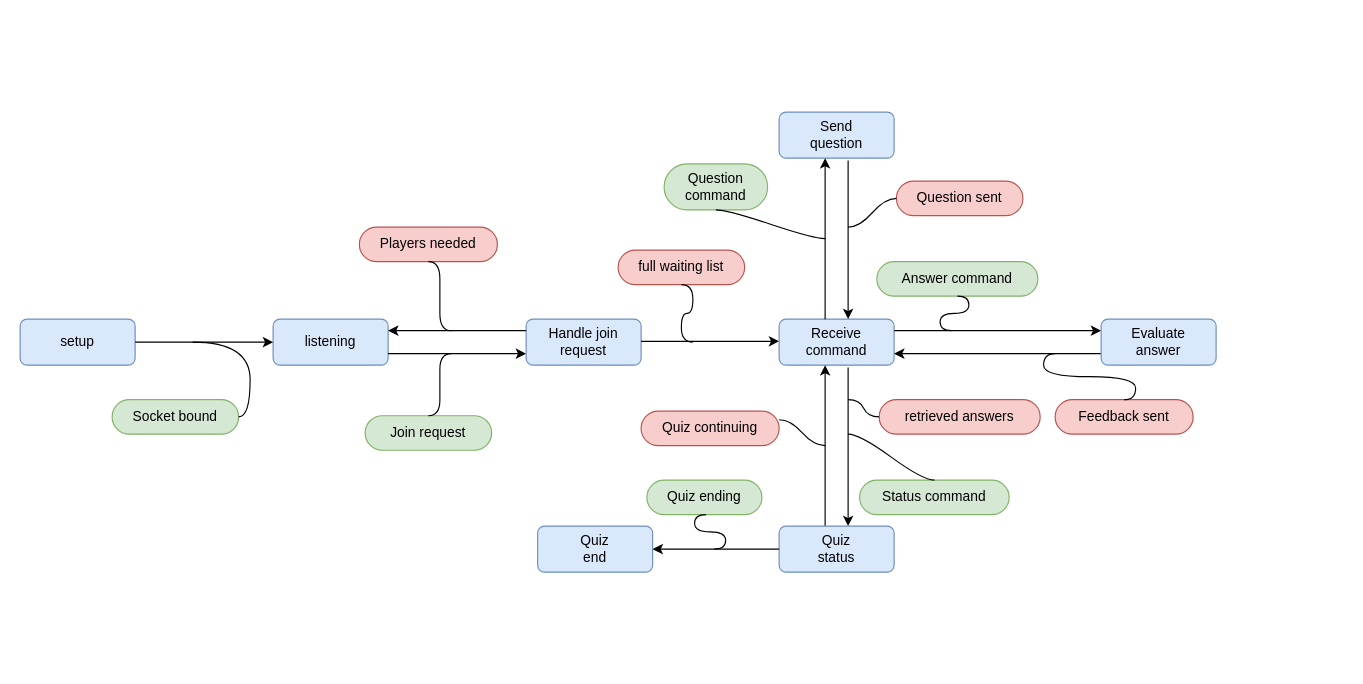
Earlier version of the draw.io diagram docs/dgram_server.drawio (UnixxSH/networked_quiz). Source tidied: cells renumbered, new cells numbered last; positions are measured from the earlier drawing's top-left corner, leaving out a move shared by most shapes. Both pictures are drawn from the tidied source at 115%, with x=0, y=0 at pixel (20, 112).
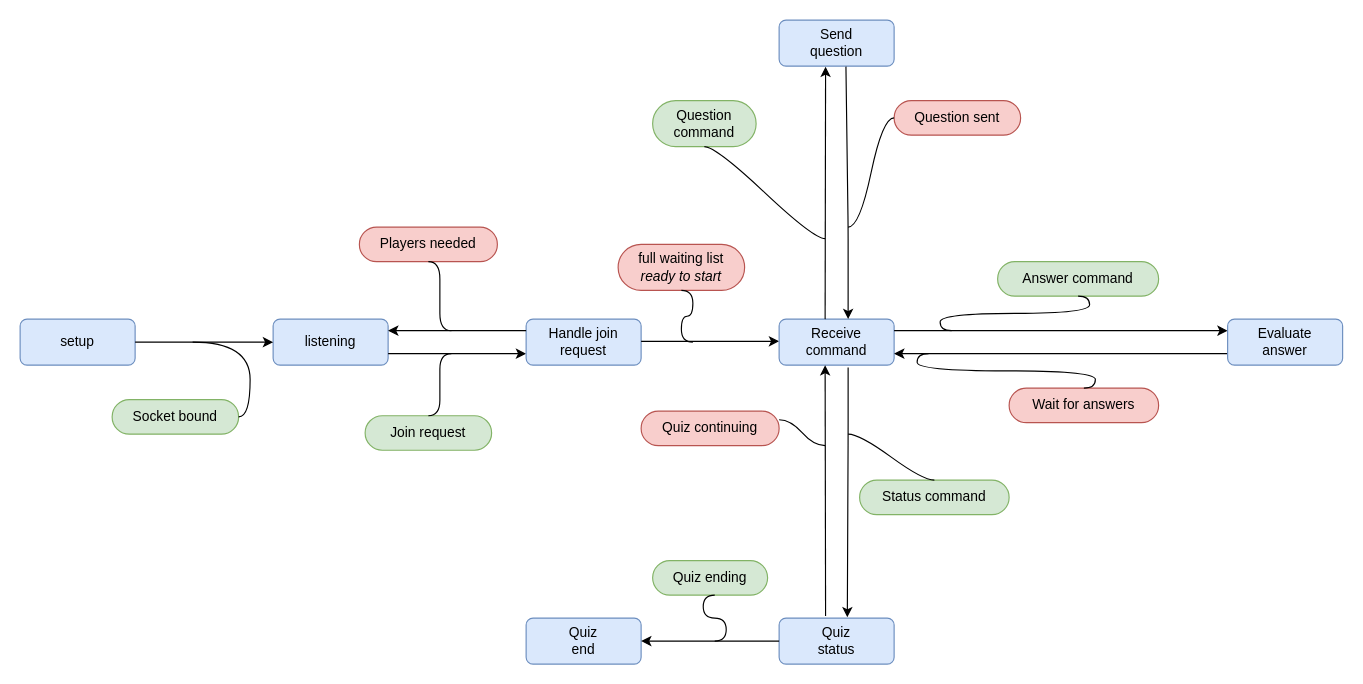
The same diagram, later.

Commit message (it also covers changes not shown here):
Wait for answers implement + docs update

What changed in the source:
```diff
@@
-    <mxCell id="16" style="endArrow=classic;html=1;" parent="1" edge="1">
+    <mxCell id="16" style="endArrow=classic;html=1;entryX=0.593;entryY=-0.018;entryDx=0;entryDy=0;entryPerimeter=0;" parent="1" edge="1" target="30">
       <mxGeometry relative="1" as="geometry">
         <mxPoint x="720" y="222" as="sourcePoint" />
-        <mxPoint x="720" y="360" as="targetPoint" />
         <Array as="points">
           <mxPoint x="720" y="280" />
         </Array>
       </mxGeometry>
     </mxCell>
-    <mxCell id="17" style="endArrow=classic;html=1;" parent="1" edge="1">
+    <mxCell id="17" style="endArrow=classic;html=1;exitX=0.404;exitY=-0.046;exitDx=0;exitDy=0;exitPerimeter=0;" parent="1" edge="1" source="30">
       <mxGeometry relative="1" as="geometry">
-        <mxPoint x="700" y="360" as="sourcePoint" />
         <mxPoint x="700" y="220" as="targetPoint" />
       </mxGeometry>
     </mxCell>
@@
     <mxCell id="20" value="Evaluate&lt;br&gt;answer" style="rounded=1;whiteSpace=wrap;html=1;fontSize=12;glass=0;strokeWidth=1;shadow=0;fillColor=#dae8fc;strokeColor=#6c8ebf;" parent="1" vertex="1">
-      <mxGeometry x="940" y="180" width="100" height="40" as="geometry" />
+      <mxGeometry x="1050" y="180" width="100" height="40" as="geometry" />
     </mxCell>
@@
-    <mxCell id="22" value="full waiting list" style="whiteSpace=wrap;html=1;rounded=1;arcSize=50;align=center;verticalAlign=middle;strokeWidth=1;spacing=4;newEdgeStyle={&quot;edgeStyle&quot;:&quot;entityRelationEdgeStyle&quot;,&quot;startArrow&quot;:&quot;none&quot;,&quot;endArrow&quot;:&quot;none&quot;,&quot;segment&quot;:10,&quot;curved&quot;:1};fillColor=#f8cecc;strokeColor=#b85450;" parent="1" vertex="1">
-      <mxGeometry x="520" y="120" width="110" height="30" as="geometry" />
+    <mxCell id="22" value="full waiting list&lt;br&gt;&lt;i&gt;ready to start&lt;/i&gt;" style="whiteSpace=wrap;html=1;rounded=1;arcSize=50;align=center;verticalAlign=middle;strokeWidth=1;spacing=4;newEdgeStyle={&quot;edgeStyle&quot;:&quot;entityRelationEdgeStyle&quot;,&quot;startArrow&quot;:&quot;none&quot;,&quot;endArrow&quot;:&quot;none&quot;,&quot;segment&quot;:10,&quot;curved&quot;:1};fillColor=#f8cecc;strokeColor=#b85450;" parent="1" vertex="1">
+      <mxGeometry x="520" y="115" width="110" height="40" as="geometry" />
     </mxCell>
     <mxCell id="23" value="Question&lt;br&gt;command" style="whiteSpace=wrap;html=1;rounded=1;arcSize=50;align=center;verticalAlign=middle;strokeWidth=1;spacing=4;newEdgeStyle={&quot;edgeStyle&quot;:&quot;entityRelationEdgeStyle&quot;,&quot;startArrow&quot;:&quot;none&quot;,&quot;endArrow&quot;:&quot;none&quot;,&quot;segment&quot;:10,&quot;curved&quot;:1};fillColor=#d5e8d4;strokeColor=#82b366;" parent="1" vertex="1">
-      <mxGeometry x="560" y="45" width="90" height="40" as="geometry" />
+      <mxGeometry x="550" y="-10" width="90" height="40" as="geometry" />
     </mxCell>
     <mxCell id="24" value="Answer command" style="whiteSpace=wrap;html=1;rounded=1;arcSize=50;align=center;verticalAlign=middle;strokeWidth=1;spacing=4;newEdgeStyle={&quot;edgeStyle&quot;:&quot;entityRelationEdgeStyle&quot;,&quot;startArrow&quot;:&quot;none&quot;,&quot;endArrow&quot;:&quot;none&quot;,&quot;segment&quot;:10,&quot;curved&quot;:1};fillColor=#d5e8d4;strokeColor=#82b366;" parent="1" vertex="1">
-      <mxGeometry x="745" y="130" width="140" height="30" as="geometry" />
+      <mxGeometry x="850" y="130" width="140" height="30" as="geometry" />
     </mxCell>
@@
     <mxCell id="29" value="Send&lt;br&gt;question" style="rounded=1;whiteSpace=wrap;html=1;fontSize=12;glass=0;strokeWidth=1;shadow=0;fillColor=#dae8fc;strokeColor=#6c8ebf;" parent="1" vertex="1">
-      <mxGeometry x="660" width="100" height="40" as="geometry" />
+      <mxGeometry x="660" y="-80" width="100" height="40" as="geometry" />
     </mxCell>
     <mxCell id="30" value="Quiz&lt;br&gt;status" style="rounded=1;whiteSpace=wrap;html=1;fontSize=12;glass=0;strokeWidth=1;shadow=0;fillColor=#dae8fc;strokeColor=#6c8ebf;" parent="1" vertex="1">
-      <mxGeometry x="660" y="360" width="100" height="40" as="geometry" />
+      <mxGeometry x="660" y="440" width="100" height="40" as="geometry" />
     </mxCell>
     <mxCell id="31" value="Question sent" style="whiteSpace=wrap;html=1;rounded=1;arcSize=50;align=center;verticalAlign=middle;strokeWidth=1;spacing=4;newEdgeStyle={&quot;edgeStyle&quot;:&quot;entityRelationEdgeStyle&quot;,&quot;startArrow&quot;:&quot;none&quot;,&quot;endArrow&quot;:&quot;none&quot;,&quot;segment&quot;:10,&quot;curved&quot;:1};fillColor=#f8cecc;strokeColor=#b85450;" parent="1" vertex="1">
-      <mxGeometry x="762" y="60" width="110" height="30" as="geometry" />
+      <mxGeometry x="760" y="-10" width="110" height="30" as="geometry" />
     </mxCell>
@@
-    <mxCell id="33" style="endArrow=classic;html=1;" parent="1" edge="1">
+    <mxCell id="33" style="endArrow=classic;html=1;entryX=0.404;entryY=1.011;entryDx=0;entryDy=0;entryPerimeter=0;" parent="1" edge="1" target="29">
       <mxGeometry relative="1" as="geometry">
         <mxPoint x="700" y="180" as="sourcePoint" />
-        <mxPoint x="700" y="40" as="targetPoint" />
       </mxGeometry>
     </mxCell>
-    <mxCell id="34" style="endArrow=classic;html=1;" parent="1" edge="1">
+    <mxCell id="34" style="endArrow=classic;html=1;exitX=0.581;exitY=1.011;exitDx=0;exitDy=0;exitPerimeter=0;" parent="1" edge="1" source="29">
       <mxGeometry relative="1" as="geometry">
-        <mxPoint x="720" y="42" as="sourcePoint" />
         <mxPoint x="720" y="180" as="targetPoint" />
         <Array as="points">
           <mxPoint x="720" y="100" />
         </Array>
       </mxGeometry>
     </mxCell>
-    <mxCell id="35" value="Feedback sent" style="whiteSpace=wrap;html=1;rounded=1;arcSize=50;align=center;verticalAlign=middle;strokeWidth=1;spacing=4;newEdgeStyle={&quot;edgeStyle&quot;:&quot;entityRelationEdgeStyle&quot;,&quot;startArrow&quot;:&quot;none&quot;,&quot;endArrow&quot;:&quot;none&quot;,&quot;segment&quot;:10,&quot;curved&quot;:1};fillColor=#f8cecc;strokeColor=#b85450;" parent="1" vertex="1">
-      <mxGeometry x="900" y="250" width="120" height="30" as="geometry" />
+    <mxCell id="35" value="Wait for answers" style="whiteSpace=wrap;html=1;rounded=1;arcSize=50;align=center;verticalAlign=middle;strokeWidth=1;spacing=4;newEdgeStyle={&quot;edgeStyle&quot;:&quot;entityRelationEdgeStyle&quot;,&quot;startArrow&quot;:&quot;none&quot;,&quot;endArrow&quot;:&quot;none&quot;,&quot;segment&quot;:10,&quot;curved&quot;:1};fillColor=#f8cecc;strokeColor=#b85450;" parent="1" vertex="1">
+      <mxGeometry x="860" y="240" width="130" height="30" as="geometry" />
     </mxCell>
     <mxCell id="36" style="edgeStyle=entityRelationEdgeStyle;startArrow=none;endArrow=none;segment=10;curved=1;exitX=0.5;exitY=0;exitDx=0;exitDy=0;" parent="1" edge="1" source="35">
       <mxGeometry relative="1" as="geometry">
-        <mxPoint x="900" y="210" as="targetPoint" />
+        <mxPoint x="790" y="210" as="targetPoint" />
       </mxGeometry>
     </mxCell>
@@
     <mxCell id="39" value="Quiz&lt;br&gt;end" style="rounded=1;whiteSpace=wrap;html=1;fontSize=12;glass=0;strokeWidth=1;shadow=0;fillColor=#dae8fc;strokeColor=#6c8ebf;" parent="1" vertex="1">
-      <mxGeometry x="450" y="360" width="100" height="40" as="geometry" />
+      <mxGeometry x="440" y="440" width="100" height="40" as="geometry" />
     </mxCell>
-    <mxCell id="40" style="endArrow=classic;html=1;exitX=0;exitY=0.5;exitDx=0;exitDy=0;" parent="1" edge="1" source="30">
-      <mxGeometry relative="1" as="geometry">
-        <mxPoint x="550" y="380" as="targetPoint" />
-      </mxGeometry>
+    <mxCell id="40" style="endArrow=classic;html=1;exitX=0;exitY=0.5;exitDx=0;exitDy=0;entryX=1;entryY=0.5;entryDx=0;entryDy=0;entryPerimeter=0;" parent="1" edge="1" source="30" target="39">
+      <mxGeometry relative="1" as="geometry" />
     </mxCell>
     <mxCell id="41" value="Quiz ending" style="whiteSpace=wrap;html=1;rounded=1;arcSize=50;align=center;verticalAlign=middle;strokeWidth=1;spacing=4;newEdgeStyle={&quot;edgeStyle&quot;:&quot;entityRelationEdgeStyle&quot;,&quot;startArrow&quot;:&quot;none&quot;,&quot;endArrow&quot;:&quot;none&quot;,&quot;segment&quot;:10,&quot;curved&quot;:1};fillColor=#d5e8d4;strokeColor=#82b366;" parent="1" vertex="1">
-      <mxGeometry x="545" y="320" width="100" height="30" as="geometry" />
+      <mxGeometry x="550" y="390" width="100" height="30" as="geometry" />
     </mxCell>
-    <mxCell id="42" style="edgeStyle=entityRelationEdgeStyle;startArrow=none;endArrow=none;segment=10;curved=1;exitX=0.5;exitY=0;exitDx=0;exitDy=0;" parent="1" edge="1">
+    <mxCell id="42" style="edgeStyle=entityRelationEdgeStyle;startArrow=none;endArrow=none;segment=10;curved=1;" parent="1" edge="1">
       <mxGeometry relative="1" as="geometry">
-        <mxPoint x="603.5" y="380" as="sourcePoint" />
-        <mxPoint x="596.5" y="350" as="targetPoint" />
+        <mxPoint x="604" y="460" as="sourcePoint" />
+        <mxPoint x="604" y="420" as="targetPoint" />
       </mxGeometry>
     </mxCell>
-    <mxCell id="43" value="retrieved answers" style="whiteSpace=wrap;html=1;rounded=1;arcSize=50;align=center;verticalAlign=middle;strokeWidth=1;spacing=4;newEdgeStyle={&quot;edgeStyle&quot;:&quot;entityRelationEdgeStyle&quot;,&quot;startArrow&quot;:&quot;none&quot;,&quot;endArrow&quot;:&quot;none&quot;,&quot;segment&quot;:10,&quot;curved&quot;:1};fillColor=#f8cecc;strokeColor=#b85450;" parent="1" vertex="1">
-      <mxGeometry x="747" y="250" width="140" height="30" as="geometry" />
-    </mxCell>
-    <mxCell id="44" style="edgeStyle=entityRelationEdgeStyle;startArrow=none;endArrow=none;segment=10;curved=1;entryX=0;entryY=0.5;entryDx=0;entryDy=0;" parent="1" edge="1" target="43">
-      <mxGeometry relative="1" as="geometry">
-        <mxPoint x="720" y="250" as="sourcePoint" />
-      </mxGeometry>
-    </mxCell>
```
